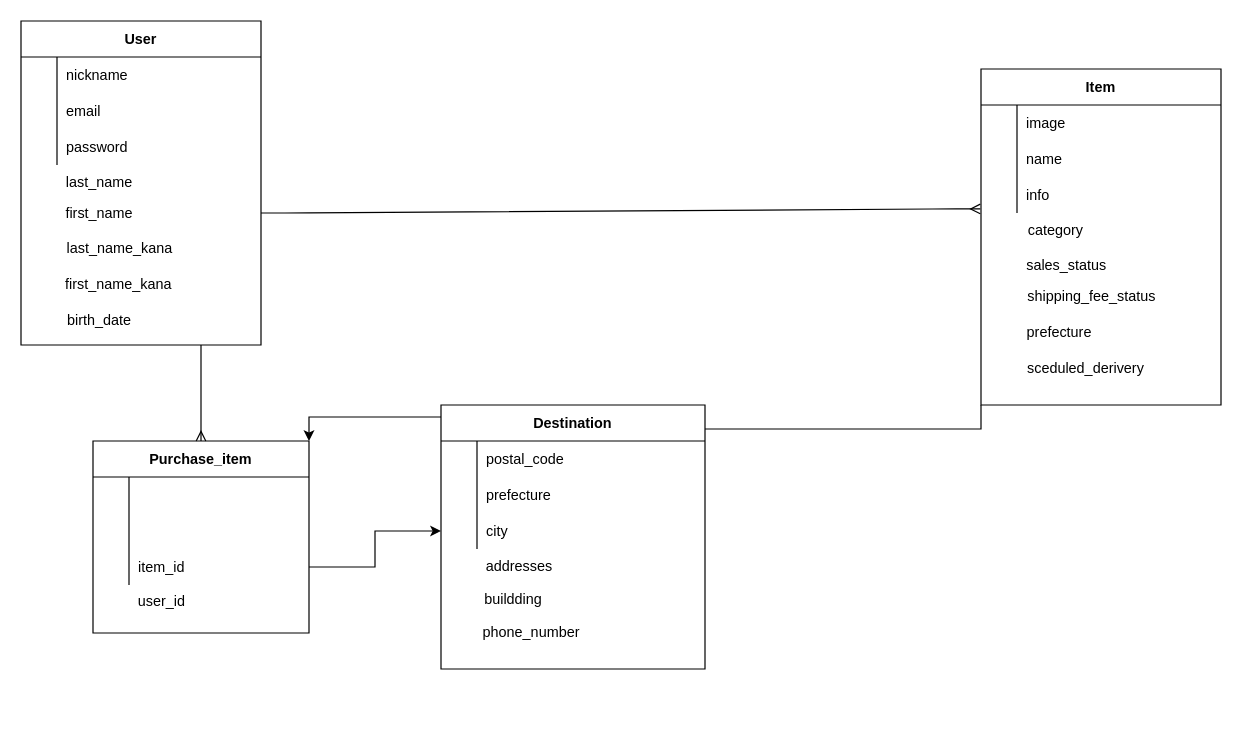
Above: furima.dio in nicoishicoro/furima-33327 (draw.io), before the change. Source tidied: cells renumbered, new cells numbered last; positions are measured from the earlier drawing's top-left corner, leaving out a move shared by most shapes. Both pictures are drawn from the tidied source at 120%, with x=0, y=0 at pixel (20, 20).
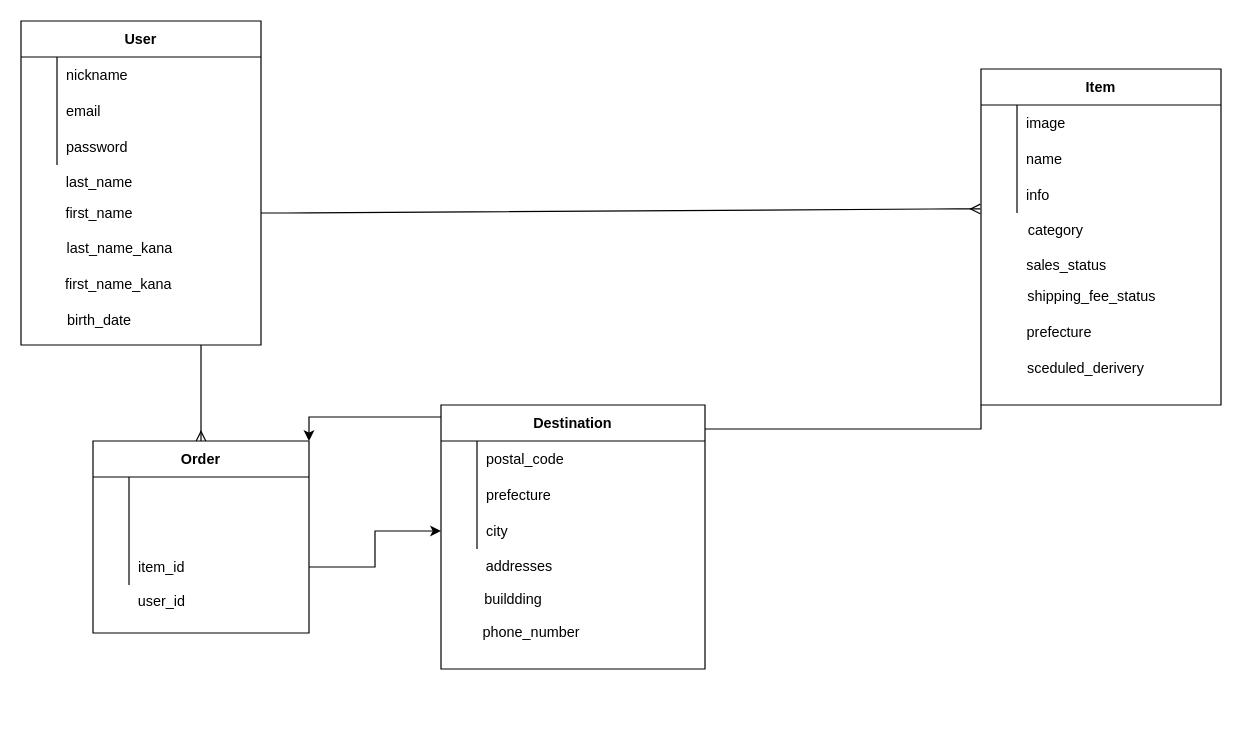
The same diagram, later.

Commit message (it also covers changes not shown here):
purchase_item→orderに変更

Unchanged cells that the change refers to:
```xml
<mxCell id="19" style="group;" parent="1" vertex="1">
  <mxGeometry x="60" y="350" width="220" height="240" as="geometry" />
</mxCell>
```

Change to the diagram source:
```diff
@@
-    <mxCell id="20" value="Purchase_item" style="shape=table;startSize=30;childLayout=tableLayout;rowLines=0;fontStyle=1;align=center;" parent="19" vertex="1">
+    <mxCell id="20" value="Order" style="shape=table;startSize=30;childLayout=tableLayout;rowLines=0;fontStyle=1;align=center;" parent="19" vertex="1">
       <mxGeometry width="180" height="160" as="geometry" />
     </mxCell>
```
